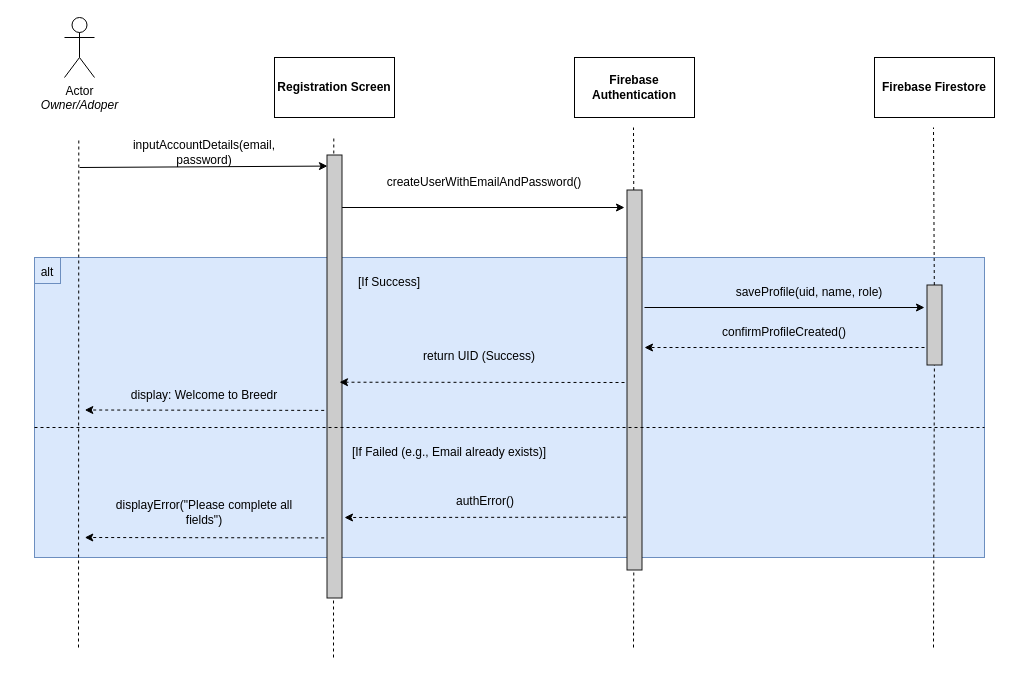
The draw.io diagram page "User Registraion" (1 of 5) of SD_MAGDA.drawio in Chels013/Breedr-Diagrams, before the edit. Source tidied: cells renumbered, new cells numbered last; positions are measured from the earlier drawing's top-left corner, leaving out a move shared by most shapes. Both pictures are drawn from the tidied source at 100%, with x=0, y=0 at pixel (17, 17).
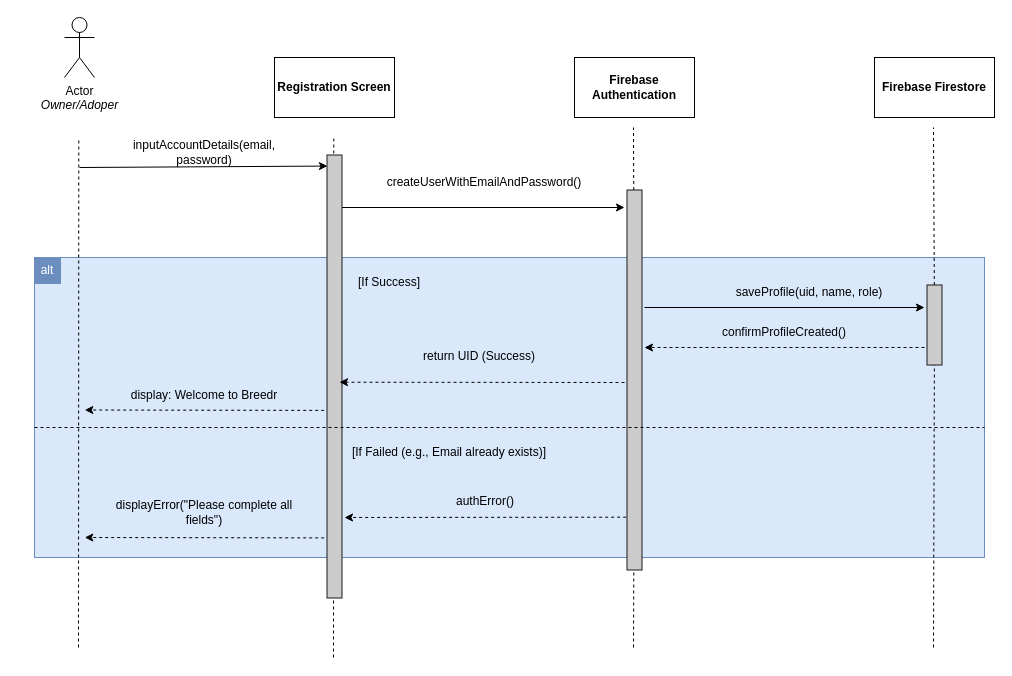
The same diagram, later.

The edit, as a diff of the source:
```diff
@@
-    <mxCell id="33" style="whiteSpace=wrap;html=1;fillColor=#dae8fc;strokeColor=#6c8ebf;" parent="1" vertex="1">
+    <mxCell id="33" style="whiteSpace=wrap;html=1;fillColor=#6C8EBF;strokeColor=#6c8ebf;" parent="1" vertex="1">
       <mxGeometry x="17" y="240" width="26" height="26" as="geometry" />
     </mxCell>
-    <mxCell id="34" value="alt" style="text;html=1;align=center;verticalAlign=middle;whiteSpace=wrap;rounded=0;" parent="1" vertex="1">
-      <mxGeometry y="240" width="60" height="30" as="geometry" />
+    <mxCell id="34" value="&lt;font style=&quot;color: rgb(255, 255, 255);&quot;&gt;alt&lt;/font&gt;" style="text;html=1;align=center;verticalAlign=middle;whiteSpace=wrap;rounded=0;" parent="1" vertex="1">
+      <mxGeometry y="238" width="60" height="30" as="geometry" />
     </mxCell>
```
